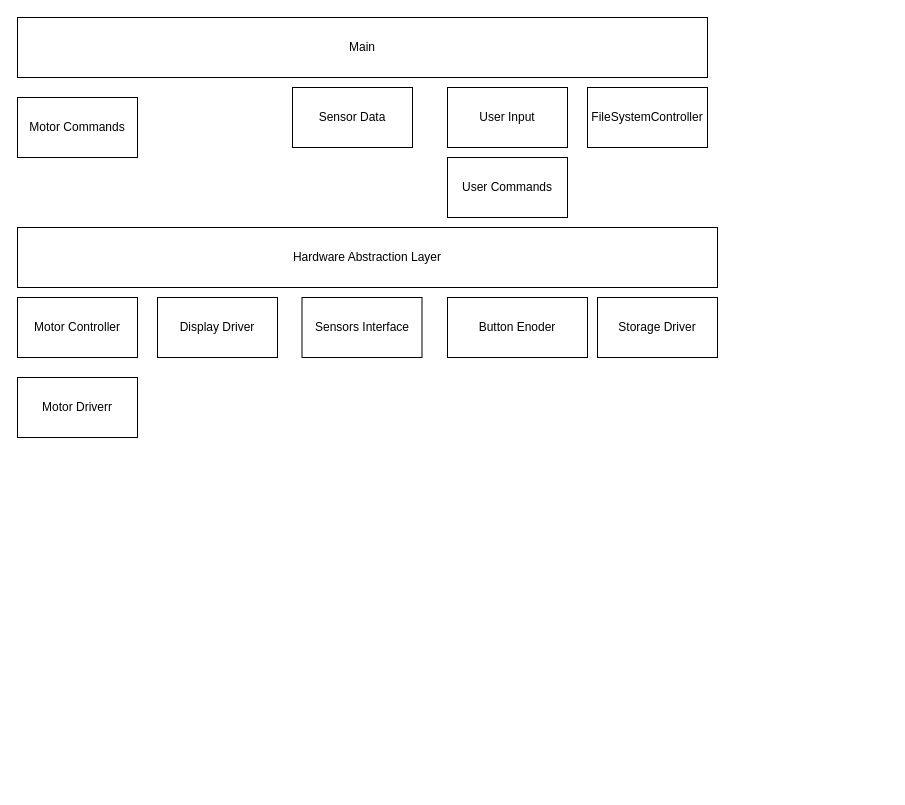
tnhabib/making_embedded_systems keeps this draw.io diagram as week1/BeerSoftwareLayers.drawio. Above is the earlier version. Source tidied: cells renumbered, new cells numbered last; positions are measured from the earlier drawing's top-left corner, leaving out a move shared by most shapes. Both pictures are drawn from the tidied source at 100%, with x=0, y=0 at pixel (17, 17).
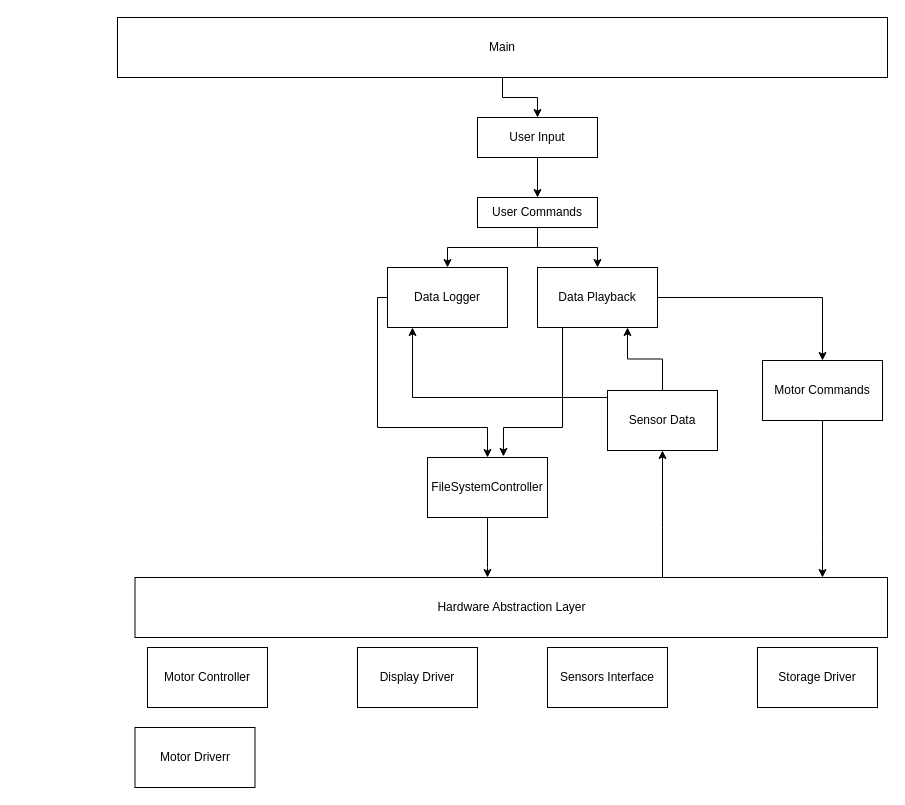
After the change.

Change to the diagram source:
```diff
@@
+    <mxCell id="15" style="edgeStyle=orthogonalEdgeStyle;rounded=0;jettySize=auto;html=1;entryX=0.5;entryY=1;entryDx=0;entryDy=0;" parent="1" edge="1" source="2" target="9">
+      <mxGeometry relative="1" as="geometry">
+        <Array as="points">
+          <mxPoint x="645" y="510" />
+          <mxPoint x="645" y="510" />
+        </Array>
+      </mxGeometry>
+    </mxCell>
     <mxCell id="2" value="Hardware Abstraction Layer" style="rounded=0;whiteSpace=wrap;html=1;" parent="1" vertex="1">
-      <mxGeometry y="210" width="700" height="60" as="geometry" />
+      <mxGeometry x="117.5" y="560" width="752.5" height="60" as="geometry" />
     </mxCell>
     <mxCell id="3" value="Sensors Interface" style="rounded=0;whiteSpace=wrap;html=1;" parent="1" vertex="1">
-      <mxGeometry x="284.5" y="280" width="120" height="60" as="geometry" />
+      <mxGeometry x="530" y="630" width="120" height="60" as="geometry" />
     </mxCell>
     <mxCell id="4" value="Motor Controller" style="rounded=0;whiteSpace=wrap;html=1;" parent="1" vertex="1">
-      <mxGeometry y="280" width="120" height="60" as="geometry" />
+      <mxGeometry x="130" y="630" width="120" height="60" as="geometry" />
     </mxCell>
     <mxCell id="5" value="Display Driver" style="rounded=0;whiteSpace=wrap;html=1;" parent="1" vertex="1">
-      <mxGeometry x="140" y="280" width="120" height="60" as="geometry" />
+      <mxGeometry x="340" y="630" width="120" height="60" as="geometry" />
     </mxCell>
     <mxCell id="6" value="Motor Driverr" style="rounded=0;whiteSpace=wrap;html=1;" parent="1" vertex="1">
-      <mxGeometry y="360" width="120" height="60" as="geometry" />
+      <mxGeometry x="117.5" y="710" width="120" height="60" as="geometry" />
     </mxCell>
-    <mxCell id="7" value="Button Enoder" style="rounded=0;whiteSpace=wrap;html=1;" parent="1" vertex="1">
-      <mxGeometry x="430" y="280" width="140" height="60" as="geometry" />
-    </mxCell>
+    <mxCell id="16" style="edgeStyle=orthogonalEdgeStyle;rounded=0;jettySize=auto;html=1;exitX=0.5;exitY=1;exitDx=0;exitDy=0;" parent="1" edge="1" source="8" target="10">
+      <mxGeometry relative="1" as="geometry" />
+    </mxCell>
     <mxCell id="8" value="User Input" style="rounded=0;whiteSpace=wrap;html=1;" parent="1" vertex="1">
-      <mxGeometry x="430" y="70" width="120" height="60" as="geometry" />
+      <mxGeometry x="460" y="100" width="120" height="40" as="geometry" />
     </mxCell>
+    <mxCell id="17" style="edgeStyle=orthogonalEdgeStyle;rounded=0;jettySize=auto;html=1;" parent="1" edge="1" source="9" target="25">
+      <mxGeometry relative="1" as="geometry">
+        <Array as="points">
+          <mxPoint x="395" y="380" />
+        </Array>
+      </mxGeometry>
+    </mxCell>
+    <mxCell id="18" style="edgeStyle=orthogonalEdgeStyle;rounded=0;jettySize=auto;html=1;entryX=0.75;entryY=1;entryDx=0;entryDy=0;" parent="1" edge="1" source="9" target="28">
+      <mxGeometry relative="1" as="geometry" />
+    </mxCell>
     <mxCell id="9" value="Sensor Data" style="rounded=0;whiteSpace=wrap;html=1;" parent="1" vertex="1">
-      <mxGeometry x="275" y="70" width="120" height="60" as="geometry" />
+      <mxGeometry x="590" y="373" width="110" height="60" as="geometry" />
     </mxCell>
+    <mxCell id="19" style="edgeStyle=orthogonalEdgeStyle;rounded=0;jettySize=auto;html=1;exitX=0.5;exitY=1;exitDx=0;exitDy=0;entryX=0.5;entryY=0;entryDx=0;entryDy=0;" parent="1" edge="1" source="10" target="25">
+      <mxGeometry relative="1" as="geometry" />
+    </mxCell>
+    <mxCell id="20" style="edgeStyle=orthogonalEdgeStyle;rounded=0;jettySize=auto;html=1;entryX=0.5;entryY=0;entryDx=0;entryDy=0;" parent="1" edge="1" source="10" target="28">
+      <mxGeometry relative="1" as="geometry" />
+    </mxCell>
     <mxCell id="10" value="User Commands" style="rounded=0;whiteSpace=wrap;html=1;" parent="1" vertex="1">
-      <mxGeometry x="430" y="140" width="120" height="60" as="geometry" />
+      <mxGeometry x="460" y="180" width="120" height="30" as="geometry" />
     </mxCell>
+    <mxCell id="21" style="edgeStyle=orthogonalEdgeStyle;rounded=0;jettySize=auto;html=1;" parent="1" edge="1" source="11" target="2">
+      <mxGeometry relative="1" as="geometry">
+        <Array as="points">
+          <mxPoint x="805" y="520" />
+          <mxPoint x="805" y="520" />
+        </Array>
+      </mxGeometry>
+    </mxCell>
     <mxCell id="11" value="Motor Commands" style="rounded=0;whiteSpace=wrap;html=1;" parent="1" vertex="1">
-      <mxGeometry y="80" width="120" height="60" as="geometry" />
+      <mxGeometry x="745" y="343" width="120" height="60" as="geometry" />
     </mxCell>
+    <mxCell id="22" style="edgeStyle=orthogonalEdgeStyle;rounded=0;jettySize=auto;html=1;entryX=0.5;entryY=0;entryDx=0;entryDy=0;" parent="1" edge="1" source="12" target="8">
+      <mxGeometry relative="1" as="geometry" />
+    </mxCell>
     <mxCell id="12" value="Main" style="rounded=0;whiteSpace=wrap;html=1;" parent="1" vertex="1">
-      <mxGeometry width="690" height="60" as="geometry" />
+      <mxGeometry x="100" width="770" height="60" as="geometry" />
     </mxCell>
     <mxCell id="13" value="Storage Driver" style="rounded=0;whiteSpace=wrap;html=1;" parent="1" vertex="1">
-      <mxGeometry x="580" y="280" width="120" height="60" as="geometry" />
+      <mxGeometry x="740" y="630" width="120" height="60" as="geometry" />
     </mxCell>
+    <mxCell id="23" style="edgeStyle=orthogonalEdgeStyle;rounded=0;jettySize=auto;html=1;" parent="1" edge="1" source="14" target="2">
+      <mxGeometry relative="1" as="geometry">
+        <Array as="points">
+          <mxPoint x="470" y="550" />
+          <mxPoint x="470" y="550" />
+        </Array>
+      </mxGeometry>
+    </mxCell>
     <mxCell id="14" value="FileSystemController" style="rounded=0;whiteSpace=wrap;html=1;" parent="1" vertex="1">
-      <mxGeometry x="570" y="70" width="120" height="60" as="geometry" />
+      <mxGeometry x="410" y="440" width="120" height="60" as="geometry" />
     </mxCell>
+    <mxCell id="24" style="edgeStyle=orthogonalEdgeStyle;rounded=0;jettySize=auto;html=1;" parent="1" edge="1" source="25" target="14">
+      <mxGeometry relative="1" as="geometry">
+        <Array as="points">
+          <mxPoint x="360" y="410" />
+          <mxPoint x="470" y="410" />
+        </Array>
+      </mxGeometry>
+    </mxCell>
+    <mxCell id="25" value="Data Logger" style="rounded=0;whiteSpace=wrap;html=1;" parent="1" vertex="1">
+      <mxGeometry x="370" y="250" width="120" height="60" as="geometry" />
+    </mxCell>
+    <mxCell id="26" style="edgeStyle=orthogonalEdgeStyle;rounded=0;jettySize=auto;html=1;entryX=0.633;entryY=-0.017;entryDx=0;entryDy=0;entryPerimeter=0;" parent="1" edge="1" source="28" target="14">
+      <mxGeometry relative="1" as="geometry">
+        <Array as="points">
+          <mxPoint x="545" y="410" />
+          <mxPoint x="486" y="410" />
+        </Array>
+      </mxGeometry>
+    </mxCell>
+    <mxCell id="27" style="edgeStyle=orthogonalEdgeStyle;rounded=0;jettySize=auto;html=1;exitX=1;exitY=0.5;exitDx=0;exitDy=0;entryX=0.5;entryY=0;entryDx=0;entryDy=0;" parent="1" edge="1" source="28" target="11">
+      <mxGeometry relative="1" as="geometry" />
+    </mxCell>
+    <mxCell id="28" value="Data Playback" style="rounded=0;whiteSpace=wrap;html=1;" parent="1" vertex="1">
+      <mxGeometry x="520" y="250" width="120" height="60" as="geometry" />
+    </mxCell>
```
